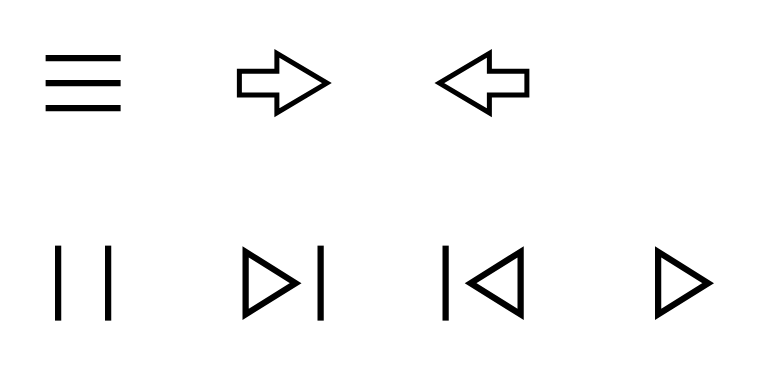
hitotsubasiyurie/ongaku-project keeps this draw.io diagram as ongaku/ui/assets/icons.drawio. Above is the earlier version. Source tidied: cells renumbered, new cells numbered last; positions are measured from the earlier drawing's top-left corner, leaving out a move shared by most shapes. Both pictures are drawn from the tidied source at 125%, with x=0, y=0 at pixel (20, 20).
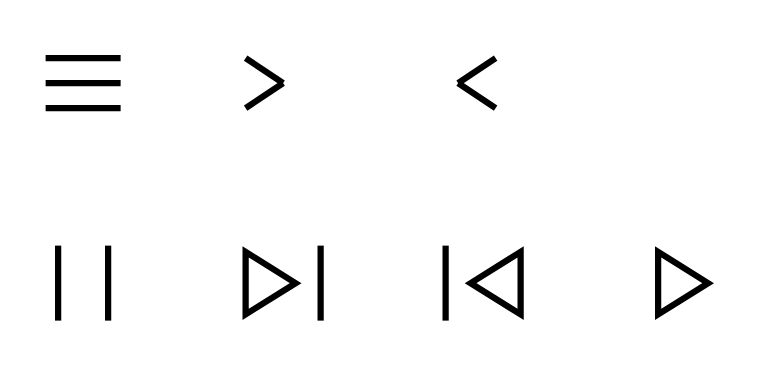
Above is the later version.

Diff of the diagram source:
```diff
@@
+    <mxCell id="21" style="whiteSpace=wrap;html=1;strokeWidth=0;fillColor=none;strokeColor=none;" parent="1" vertex="1">
+      <mxGeometry x="140" width="100" height="100" as="geometry" />
+    </mxCell>
@@
-    <mxCell id="17" style="whiteSpace=wrap;html=1;strokeWidth=0;fillColor=none;strokeColor=none;" parent="1" vertex="1">
-      <mxGeometry x="160" width="100" height="100" as="geometry" />
-    </mxCell>
-    <mxCell id="18" style="html=1;shadow=0;dashed=0;align=center;verticalAlign=middle;shape=mxgraph.arrows2.arrow;dy=0.6;dx=40;notch=0;strokeWidth=4;fillColor=none;" parent="1" vertex="1">
-      <mxGeometry x="175" y="26.2" width="70" height="47.5" as="geometry" />
-    </mxCell>
-    <mxCell id="19" style="whiteSpace=wrap;html=1;strokeWidth=0;fillColor=none;strokeColor=none;" parent="1" vertex="1">
-      <mxGeometry x="320" width="100" height="100" as="geometry" />
-    </mxCell>
-    <mxCell id="20" style="html=1;shadow=0;dashed=0;align=center;verticalAlign=middle;shape=mxgraph.arrows2.arrow;dy=0.6;dx=40;notch=0;strokeWidth=4;rotation=-180;fillColor=none;" parent="1" vertex="1">
-      <mxGeometry x="335" y="26.2" width="70" height="47.5" as="geometry" />
-    </mxCell>
+    <mxCell id="22" style="group;rounded=0;strokeWidth=6;" parent="1" vertex="1">
+      <mxGeometry x="180" y="30" width="40" height="40" as="geometry" />
+    </mxCell>
+    <mxCell id="23" style="endArrow=none;html=1;rounded=0;strokeWidth=5;curved=0;sourcePerimeterSpacing=0;startSize=5;endSize=5;" parent="22" edge="1">
+      <mxGeometry relative="1" as="geometry">
+        <mxPoint x="30" y="20" as="sourcePoint" />
+        <mxPoint as="targetPoint" />
+      </mxGeometry>
+    </mxCell>
+    <mxCell id="24" style="endArrow=none;html=1;rounded=0;strokeWidth=5;curved=0;sourcePerimeterSpacing=0;startSize=5;endSize=5;" parent="22" edge="1">
+      <mxGeometry relative="1" as="geometry">
+        <mxPoint y="40" as="sourcePoint" />
+        <mxPoint x="30" y="20" as="targetPoint" />
+      </mxGeometry>
+    </mxCell>
+    <mxCell id="25" style="whiteSpace=wrap;html=1;strokeWidth=0;fillColor=none;strokeColor=none;" parent="1" vertex="1">
+      <mxGeometry x="314" width="100" height="100" as="geometry" />
+    </mxCell>
+    <mxCell id="26" style="group;rounded=0;rotation=-180;" parent="1" vertex="1">
+      <mxGeometry x="340" y="30" width="40" height="40" as="geometry" />
+    </mxCell>
+    <mxCell id="27" style="endArrow=none;html=1;rounded=0;strokeWidth=5;" parent="26" edge="1">
+      <mxGeometry relative="1" as="geometry">
+        <mxPoint x="10" y="20" as="sourcePoint" />
+        <mxPoint x="40" y="40" as="targetPoint" />
+      </mxGeometry>
+    </mxCell>
+    <mxCell id="28" style="endArrow=none;html=1;rounded=0;strokeWidth=5;" parent="26" edge="1">
+      <mxGeometry relative="1" as="geometry">
+        <mxPoint x="40" as="sourcePoint" />
+        <mxPoint x="10" y="20" as="targetPoint" />
+      </mxGeometry>
+    </mxCell>
```
